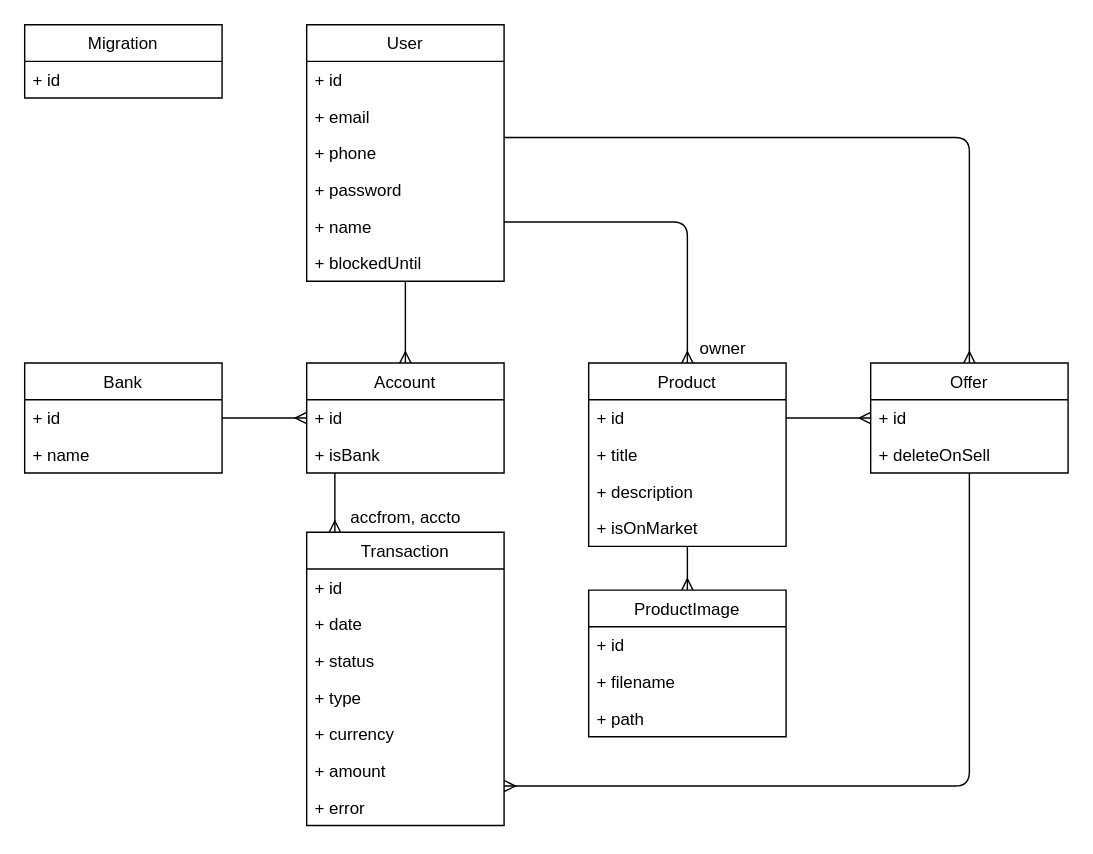
Above: page "Page-1" (1 of 2) of docs/er.drawio in maxhha/bmstu-iu7-db-cp (draw.io), before the change. Source tidied: cells renumbered, new cells numbered last; positions are measured from the earlier drawing's top-left corner, leaving out a move shared by most shapes. Both pictures are drawn from the tidied source at 141%, with x=0, y=0 at pixel (24, 24).
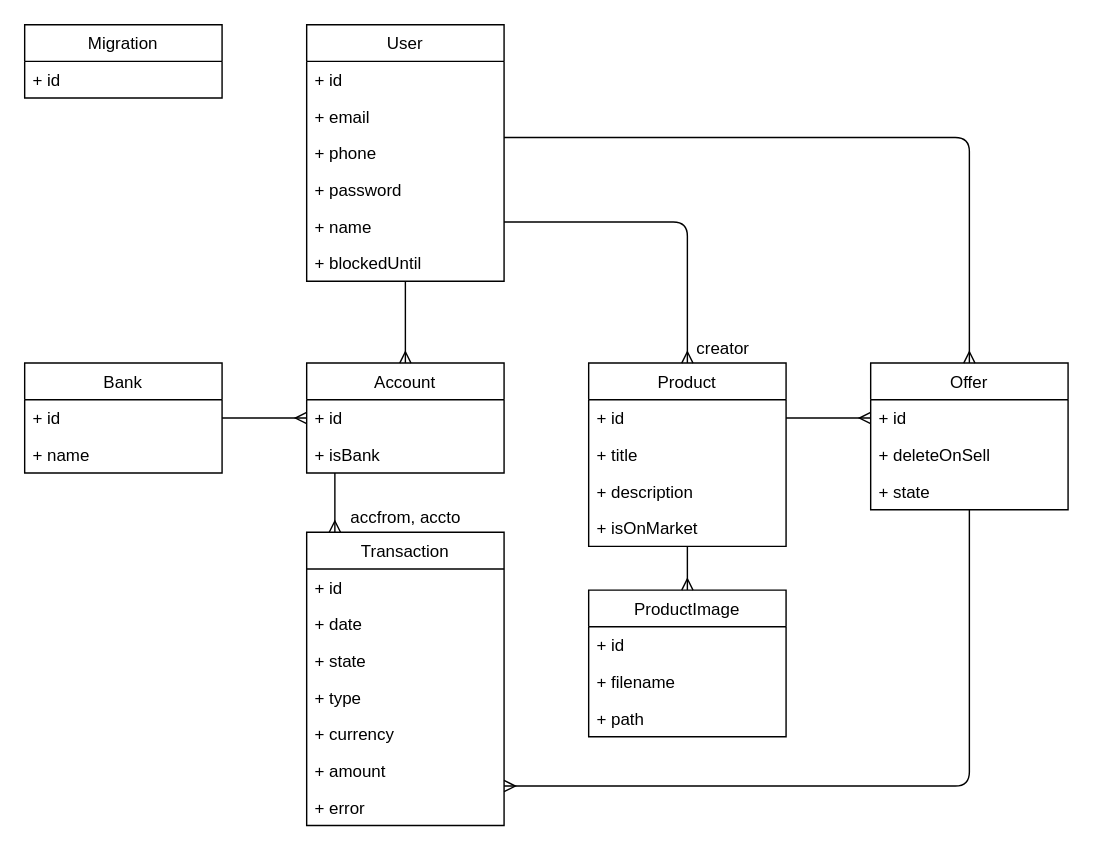
The same diagram, later.

Unchanged cells that the change refers to:
```xml
<mxCell id="20" value="Transaction" style="swimlane;fontStyle=0;horizontal=1;startSize=26;fillColor=none;" parent="1" vertex="1">
  <mxGeometry x="200" y="360" width="140" height="208" as="geometry" />
</mxCell>
```

Change to the diagram source:
```diff
@@
     <mxCell id="9" value="Offer" style="swimlane;fontStyle=0;horizontal=1;startSize=26;fillColor=none;" parent="1" vertex="1">
-      <mxGeometry x="600" y="240" width="140" height="78" as="geometry" />
+      <mxGeometry x="600" y="240" width="140" height="104" as="geometry" />
     </mxCell>
@@
+    <mxCell id="47" value="+ state" style="text;strokeColor=none;fillColor=none;align=left;verticalAlign=top;spacingLeft=4;spacingRight=4;overflow=hidden;" parent="9" vertex="1">
+      <mxGeometry y="78" width="140" height="26" as="geometry" />
+    </mxCell>
@@
-    <mxCell id="23" value="+ status" style="text;strokeColor=none;fillColor=none;align=left;verticalAlign=top;spacingLeft=4;spacingRight=4;overflow=hidden;" parent="20" vertex="1">
+    <mxCell id="23" value="+ state" style="text;strokeColor=none;fillColor=none;align=left;verticalAlign=top;spacingLeft=4;spacingRight=4;overflow=hidden;" parent="20" vertex="1">
       <mxGeometry y="78" width="140" height="26" as="geometry" />
     </mxCell>
@@
-    <mxCell id="44" value="owner" style="text;html=1;align=center;verticalAlign=middle;strokeColor=none;fillColor=none;" parent="1" vertex="1">
+    <mxCell id="44" value="creator" style="text;html=1;align=center;verticalAlign=middle;strokeColor=none;fillColor=none;" parent="1" vertex="1">
       <mxGeometry x="470" y="220" width="50" height="20" as="geometry" />
     </mxCell>
```
